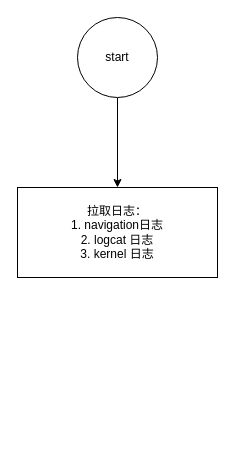
The draw.io diagram rgbd异常自查流程.drawio in Jev0987/drawioFile, before the edit. Source tidied: cells renumbered, new cells numbered last; positions are measured from the earlier drawing's top-left corner, leaving out a move shared by most shapes. Both pictures are drawn from the tidied source at 100%, with x=0, y=0 at pixel (17, 17).
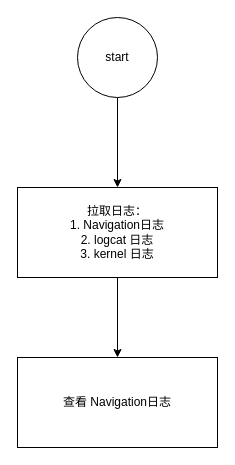
The same page after the edit.

Commit message (it also covers changes not shown here):
更新rgbd异常自查流程.drawio

What changed in the source:
```diff
@@
 <mxGraphModel>
   <root>
     <mxCell id="0" />
     <mxCell id="1" parent="0" />
     <mxCell id="2" style="edgeStyle=orthogonalEdgeStyle;rounded=0;jettySize=auto;html=1;" parent="1" edge="1" source="3" target="4">
       <mxGeometry relative="1" as="geometry" />
     </mxCell>
     <mxCell id="3" value="start" style="ellipse;whiteSpace=wrap;html=1;" parent="1" vertex="1">
       <mxGeometry x="60" width="80" height="80" as="geometry" />
     </mxCell>
+    <mxCell id="5" style="edgeStyle=orthogonalEdgeStyle;rounded=0;jettySize=auto;html=1;" parent="1" edge="1" source="4" target="6">
+      <mxGeometry relative="1" as="geometry" />
+    </mxCell>
-    <mxCell id="4" value="拉取日志：&lt;br&gt;1. navigation日志&lt;div&gt;2. logcat 日志&lt;/div&gt;&lt;div&gt;3. kernel 日志&lt;/div&gt;" style="whiteSpace=wrap;html=1;" parent="1" vertex="1">
+    <mxCell id="4" value="拉取日志：&lt;br&gt;1. Navigation日志&lt;div&gt;2. logcat 日志&lt;/div&gt;&lt;div&gt;3. kernel 日志&lt;/div&gt;" style="whiteSpace=wrap;html=1;" parent="1" vertex="1">
       <mxGeometry y="170" width="200" height="90" as="geometry" />
     </mxCell>
+    <mxCell id="6" value="查看 Navigation日志" style="whiteSpace=wrap;html=1;" parent="1" vertex="1">
+      <mxGeometry y="340" width="200" height="90" as="geometry" />
+    </mxCell>
   </root>
 </mxGraphModel>
```
